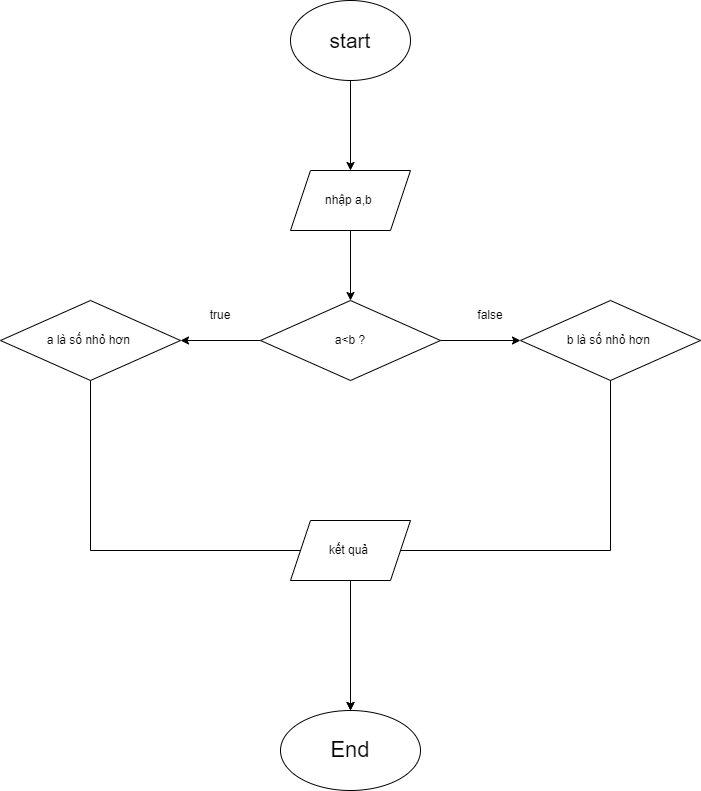
The draw.io diagram baitap1.png in Maihuy211/maivanhuy_eng24C_ngonngulaptrinhC_session01, before a commit. Source tidied: cells renumbered, new cells last; positions are measured from the earlier drawing's top-left corner, leaving out a move shared by most shapes. Its diagram source:
```xml
<mxGraphModel>
  <root>
    <mxCell id="0" />
    <mxCell id="1" parent="0" />
    <mxCell id="2" style="edgeStyle=orthogonalEdgeStyle;rounded=0;jettySize=auto;html=1;" parent="1" edge="1" source="3" target="5">
      <mxGeometry relative="1" as="geometry" />
    </mxCell>
    <mxCell id="3" value="&lt;div&gt;&lt;br&gt;&lt;/div&gt;&lt;font style=&quot;font-size: 21px;&quot;&gt;start&lt;/font&gt;&lt;div&gt;&lt;br&gt;&lt;/div&gt;" style="ellipse;whiteSpace=wrap;html=1;align=center;" parent="1" vertex="1">
      <mxGeometry x="290" width="120" height="80" as="geometry" />
    </mxCell>
    <mxCell id="4" style="edgeStyle=orthogonalEdgeStyle;rounded=0;jettySize=auto;html=1;" parent="1" edge="1" source="5" target="8">
      <mxGeometry relative="1" as="geometry" />
    </mxCell>
    <mxCell id="5" value="nhập a,b&amp;nbsp;" style="shape=parallelogram;perimeter=parallelogramPerimeter;whiteSpace=wrap;html=1;fixedSize=1;" parent="1" vertex="1">
      <mxGeometry x="290" y="170" width="120" height="60" as="geometry" />
    </mxCell>
    <mxCell id="6" style="edgeStyle=orthogonalEdgeStyle;rounded=0;jettySize=auto;html=1;" parent="1" edge="1" source="8" target="10">
      <mxGeometry relative="1" as="geometry" />
    </mxCell>
    <mxCell id="7" style="edgeStyle=orthogonalEdgeStyle;rounded=0;jettySize=auto;html=1;" parent="1" edge="1" source="8" target="11">
      <mxGeometry relative="1" as="geometry" />
    </mxCell>
    <mxCell id="8" value="a&amp;lt;b ?" style="rhombus;whiteSpace=wrap;html=1;" parent="1" vertex="1">
      <mxGeometry x="260" y="300" width="180" height="80" as="geometry" />
    </mxCell>
    <mxCell id="9" style="edgeStyle=orthogonalEdgeStyle;rounded=0;jettySize=auto;html=1;" parent="1" edge="1" source="10" target="14">
      <mxGeometry relative="1" as="geometry">
        <Array as="points">
          <mxPoint x="90" y="550" />
          <mxPoint x="350" y="550" />
        </Array>
      </mxGeometry>
    </mxCell>
    <mxCell id="10" value="a là số nhỏ hơn&amp;nbsp;" style="rhombus;whiteSpace=wrap;html=1;" parent="1" vertex="1">
      <mxGeometry y="300" width="180" height="80" as="geometry" />
    </mxCell>
    <mxCell id="11" value="b là số nhỏ hơn&amp;nbsp;" style="rhombus;whiteSpace=wrap;html=1;" parent="1" vertex="1">
      <mxGeometry x="520" y="300" width="180" height="80" as="geometry" />
    </mxCell>
    <mxCell id="12" value="true" style="text;html=1;align=center;verticalAlign=middle;whiteSpace=wrap;rounded=0;" parent="1" vertex="1">
      <mxGeometry x="190" y="300" width="60" height="30" as="geometry" />
    </mxCell>
    <mxCell id="13" value="false" style="text;html=1;align=center;verticalAlign=middle;whiteSpace=wrap;rounded=0;" parent="1" vertex="1">
      <mxGeometry x="460" y="300" width="60" height="30" as="geometry" />
    </mxCell>
    <mxCell id="14" value="&lt;font style=&quot;font-size: 22px;&quot;&gt;End&lt;/font&gt;" style="ellipse;whiteSpace=wrap;html=1;" parent="1" vertex="1">
      <mxGeometry x="280" y="710" width="140" height="80" as="geometry" />
    </mxCell>
    <mxCell id="15" style="edgeStyle=orthogonalEdgeStyle;rounded=0;orthogonalLoop=1;jettySize=auto;html=1;entryX=1;entryY=0.5;entryDx=0;entryDy=0;" parent="1" edge="1">
      <mxGeometry relative="1" as="geometry">
        <mxPoint x="610" y="380" as="sourcePoint" />
        <mxPoint x="350" y="710" as="targetPoint" />
        <Array as="points">
          <mxPoint x="610" y="550" />
          <mxPoint x="350" y="550" />
        </Array>
      </mxGeometry>
    </mxCell>
    <mxCell id="16" value="kết quả&amp;nbsp;" style="shape=parallelogram;perimeter=parallelogramPerimeter;whiteSpace=wrap;html=1;fixedSize=1;" parent="1" vertex="1">
      <mxGeometry x="290" y="520" width="120" height="60" as="geometry" />
    </mxCell>
  </root>
</mxGraphModel>
```
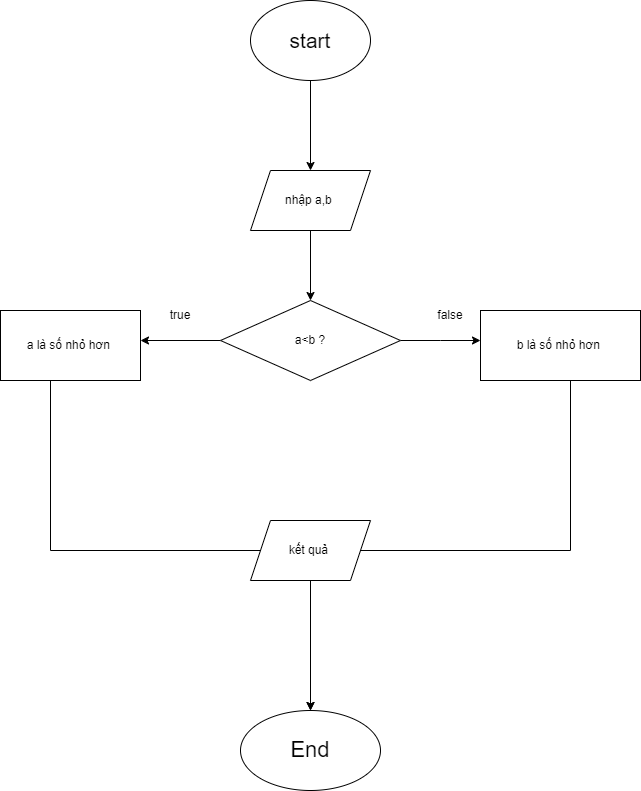
The same file after the commit.

Diff of the diagram source:
```diff
@@ -14,29 +14,28 @@
     <mxCell id="5" value="nhập a,b&amp;nbsp;" style="shape=parallelogram;perimeter=parallelogramPerimeter;whiteSpace=wrap;html=1;fixedSize=1;" parent="1" vertex="1">
       <mxGeometry x="290" y="170" width="120" height="60" as="geometry" />
     </mxCell>
-    <mxCell id="6" style="edgeStyle=orthogonalEdgeStyle;rounded=0;jettySize=auto;html=1;" parent="1" edge="1" source="8" target="10">
-      <mxGeometry relative="1" as="geometry" />
+    <mxCell id="6" style="edgeStyle=orthogonalEdgeStyle;rounded=0;jettySize=auto;html=1;" parent="1" edge="1" source="8">
+      <mxGeometry relative="1" as="geometry">
+        <mxPoint x="180" y="340" as="targetPoint" />
+      </mxGeometry>
     </mxCell>
-    <mxCell id="7" style="edgeStyle=orthogonalEdgeStyle;rounded=0;jettySize=auto;html=1;" parent="1" edge="1" source="8" target="11">
-      <mxGeometry relative="1" as="geometry" />
+    <mxCell id="7" style="edgeStyle=orthogonalEdgeStyle;rounded=0;jettySize=auto;html=1;" parent="1" edge="1" source="8">
+      <mxGeometry relative="1" as="geometry">
+        <mxPoint x="520" y="340" as="targetPoint" />
+      </mxGeometry>
     </mxCell>
     <mxCell id="8" value="a&amp;lt;b ?" style="rhombus;whiteSpace=wrap;html=1;" parent="1" vertex="1">
       <mxGeometry x="260" y="300" width="180" height="80" as="geometry" />
     </mxCell>
-    <mxCell id="9" style="edgeStyle=orthogonalEdgeStyle;rounded=0;jettySize=auto;html=1;" parent="1" edge="1" source="10" target="14">
+    <mxCell id="9" style="edgeStyle=orthogonalEdgeStyle;rounded=0;jettySize=auto;html=1;" parent="1" edge="1" target="14">
       <mxGeometry relative="1" as="geometry">
+        <mxPoint x="90" y="380" as="sourcePoint" />
         <Array as="points">
           <mxPoint x="90" y="550" />
           <mxPoint x="350" y="550" />
         </Array>
       </mxGeometry>
     </mxCell>
-    <mxCell id="10" value="a là số nhỏ hơn&amp;nbsp;" style="rhombus;whiteSpace=wrap;html=1;" parent="1" vertex="1">
-      <mxGeometry y="300" width="180" height="80" as="geometry" />
-    </mxCell>
-    <mxCell id="11" value="b là số nhỏ hơn&amp;nbsp;" style="rhombus;whiteSpace=wrap;html=1;" parent="1" vertex="1">
-      <mxGeometry x="520" y="300" width="180" height="80" as="geometry" />
-    </mxCell>
     <mxCell id="12" value="true" style="text;html=1;align=center;verticalAlign=middle;whiteSpace=wrap;rounded=0;" parent="1" vertex="1">
       <mxGeometry x="190" y="300" width="60" height="30" as="geometry" />
     </mxCell>
@@ -59,5 +58,11 @@
     <mxCell id="16" value="kết quả&amp;nbsp;" style="shape=parallelogram;perimeter=parallelogramPerimeter;whiteSpace=wrap;html=1;fixedSize=1;" parent="1" vertex="1">
       <mxGeometry x="290" y="520" width="120" height="60" as="geometry" />
     </mxCell>
+    <mxCell id="10" value="a là số nhỏ hơn&amp;nbsp;" style="rounded=0;whiteSpace=wrap;html=1;" parent="1" vertex="1">
+      <mxGeometry x="40" y="310" width="140" height="70" as="geometry" />
+    </mxCell>
+    <mxCell id="11" value="b là số nhỏ hơn&amp;nbsp;" style="rounded=0;whiteSpace=wrap;html=1;" parent="1" vertex="1">
+      <mxGeometry x="520" y="310" width="160" height="70" as="geometry" />
+    </mxCell>
   </root>
 </mxGraphModel>
```
